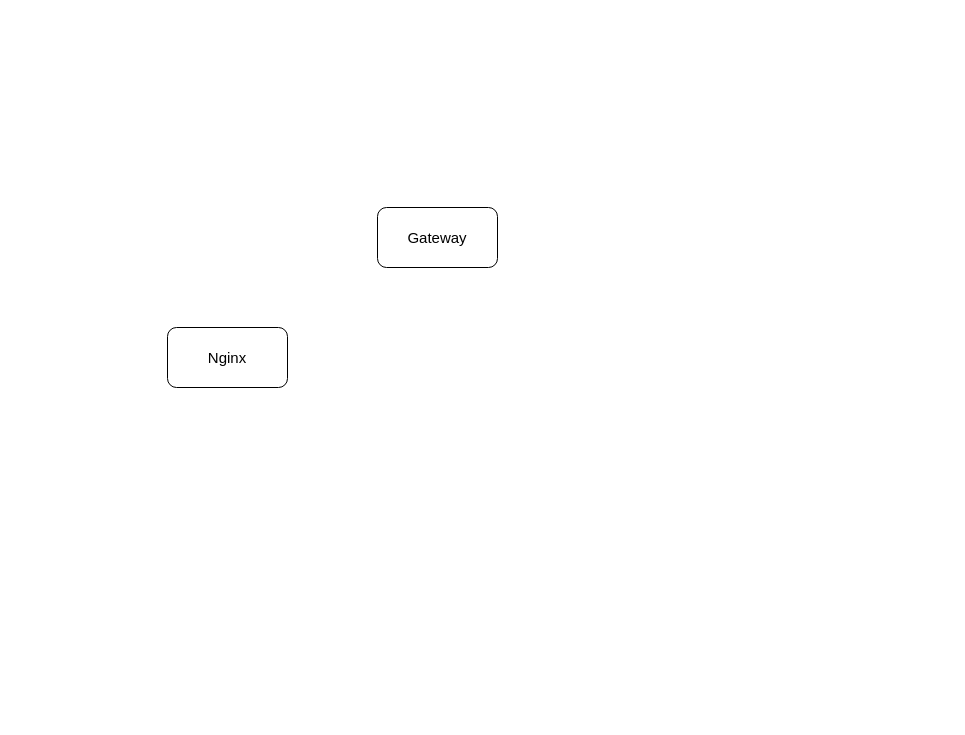
phquoc25/diagram keeps this draw.io diagram as nginx_load_balancer.drawio. Above is the earlier version. Source tidied: cells renumbered, new cells numbered last; positions are measured from the earlier drawing's top-left corner, leaving out a move shared by most shapes. Both pictures are drawn from the tidied source at 100%, with x=0, y=0 at pixel (167, 207).
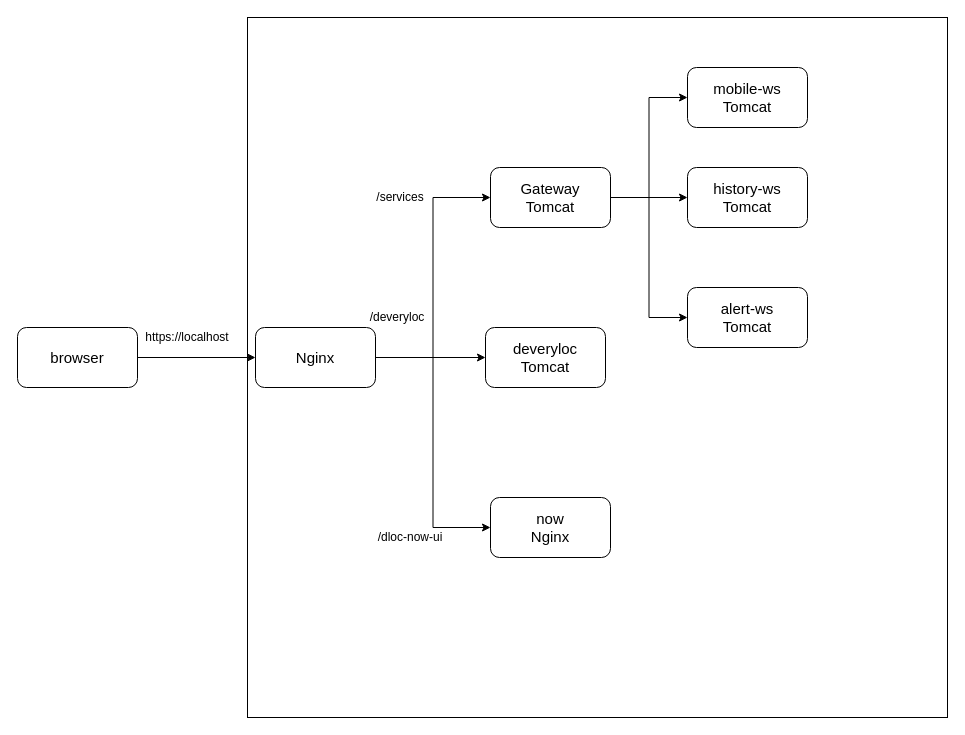
After the change.

Commit message (it also covers changes not shown here):
update document for nginx load balancer

The edit, as a diff of the source:
```diff
@@
+    <mxCell id="4" style="whiteSpace=wrap;html=1;" parent="1" vertex="1">
+      <mxGeometry x="80" y="-190" width="700" height="700" as="geometry" />
+    </mxCell>
+    <mxCell id="5" style="edgeStyle=orthogonalEdgeStyle;rounded=0;jettySize=auto;html=1;exitX=1;exitY=0.5;exitDx=0;exitDy=0;entryX=0;entryY=0.5;entryDx=0;entryDy=0;" parent="1" edge="1" source="2" target="3">
+      <mxGeometry relative="1" as="geometry" />
+    </mxCell>
+    <mxCell id="6" style="edgeStyle=orthogonalEdgeStyle;rounded=0;jettySize=auto;html=1;entryX=0;entryY=0.5;entryDx=0;entryDy=0;" parent="1" edge="1" source="2" target="12">
+      <mxGeometry relative="1" as="geometry" />
+    </mxCell>
+    <mxCell id="7" style="edgeStyle=orthogonalEdgeStyle;rounded=0;jettySize=auto;html=1;entryX=0;entryY=0.5;entryDx=0;entryDy=0;" parent="1" edge="1" source="2" target="11">
+      <mxGeometry relative="1" as="geometry" />
+    </mxCell>
     <mxCell id="2" value="Nginx" style="rounded=1;whiteSpace=wrap;html=1;fontSize=15;" parent="1" vertex="1">
-      <mxGeometry y="120" width="120" height="60" as="geometry" />
+      <mxGeometry x="88" y="120" width="120" height="60" as="geometry" />
     </mxCell>
+    <mxCell id="8" style="edgeStyle=orthogonalEdgeStyle;rounded=0;jettySize=auto;html=1;entryX=0;entryY=0.5;entryDx=0;entryDy=0;" parent="1" edge="1" source="3" target="19">
+      <mxGeometry relative="1" as="geometry" />
+    </mxCell>
+    <mxCell id="9" style="edgeStyle=orthogonalEdgeStyle;rounded=0;jettySize=auto;html=1;entryX=0;entryY=0.5;entryDx=0;entryDy=0;" parent="1" edge="1" source="3" target="21">
+      <mxGeometry relative="1" as="geometry" />
+    </mxCell>
+    <mxCell id="10" style="edgeStyle=orthogonalEdgeStyle;rounded=0;jettySize=auto;html=1;" parent="1" edge="1" source="3" target="20">
+      <mxGeometry relative="1" as="geometry" />
+    </mxCell>
-    <mxCell id="3" value="Gateway" style="rounded=1;whiteSpace=wrap;html=1;fontSize=15;" parent="1" vertex="1">
-      <mxGeometry x="210" width="120" height="60" as="geometry" />
+    <mxCell id="3" value="Gateway&lt;br&gt;Tomcat" style="rounded=1;whiteSpace=wrap;html=1;fontSize=15;" parent="1" vertex="1">
+      <mxGeometry x="323" y="-40" width="120" height="60" as="geometry" />
     </mxCell>
+    <mxCell id="11" value="deveryloc&lt;br&gt;Tomcat" style="rounded=1;whiteSpace=wrap;html=1;fontSize=15;" parent="1" vertex="1">
+      <mxGeometry x="318" y="120" width="120" height="60" as="geometry" />
+    </mxCell>
+    <mxCell id="12" value="now&lt;br&gt;Nginx" style="rounded=1;whiteSpace=wrap;html=1;fontSize=15;" parent="1" vertex="1">
+      <mxGeometry x="323" y="290" width="120" height="60" as="geometry" />
+    </mxCell>
+    <mxCell id="13" style="edgeStyle=orthogonalEdgeStyle;rounded=0;jettySize=auto;html=1;entryX=0;entryY=0.5;entryDx=0;entryDy=0;" parent="1" edge="1" source="14" target="2">
+      <mxGeometry relative="1" as="geometry" />
+    </mxCell>
+    <mxCell id="14" value="browser" style="rounded=1;whiteSpace=wrap;html=1;fontSize=15;" parent="1" vertex="1">
+      <mxGeometry x="-150" y="120" width="120" height="60" as="geometry" />
+    </mxCell>
+    <mxCell id="15" value="/services" style="text;html=1;strokeColor=none;fillColor=none;align=center;verticalAlign=middle;whiteSpace=wrap;rounded=0;rotation=0;" parent="1" vertex="1">
+      <mxGeometry x="152.7" y="-20.3" width="160" height="20" as="geometry" />
+    </mxCell>
+    <mxCell id="16" value="/dloc-now-ui" style="text;html=1;strokeColor=none;fillColor=none;align=center;verticalAlign=middle;whiteSpace=wrap;rounded=0;rotation=0;" parent="1" vertex="1">
+      <mxGeometry x="163" y="320" width="160" height="20" as="geometry" />
+    </mxCell>
+    <mxCell id="17" value="https://localhost" style="text;html=1;strokeColor=none;fillColor=none;align=center;verticalAlign=middle;whiteSpace=wrap;rounded=0;rotation=0;" parent="1" vertex="1">
+      <mxGeometry x="-60" y="120" width="160" height="20" as="geometry" />
+    </mxCell>
+    <mxCell id="18" value="/deveryloc" style="text;html=1;strokeColor=none;fillColor=none;align=center;verticalAlign=middle;whiteSpace=wrap;rounded=0;rotation=0;" parent="1" vertex="1">
+      <mxGeometry x="150" y="100" width="160" height="20" as="geometry" />
+    </mxCell>
+    <mxCell id="19" value="mobile-ws&lt;br&gt;Tomcat" style="rounded=1;whiteSpace=wrap;html=1;fontSize=15;" parent="1" vertex="1">
+      <mxGeometry x="520" y="-140" width="120" height="60" as="geometry" />
+    </mxCell>
+    <mxCell id="20" value="history-ws&lt;br&gt;Tomcat" style="rounded=1;whiteSpace=wrap;html=1;fontSize=15;" parent="1" vertex="1">
+      <mxGeometry x="520" y="-40" width="120" height="60" as="geometry" />
+    </mxCell>
+    <mxCell id="21" value="alert-ws&lt;br&gt;Tomcat" style="rounded=1;whiteSpace=wrap;html=1;fontSize=15;" parent="1" vertex="1">
+      <mxGeometry x="520" y="80" width="120" height="60" as="geometry" />
+    </mxCell>
```
